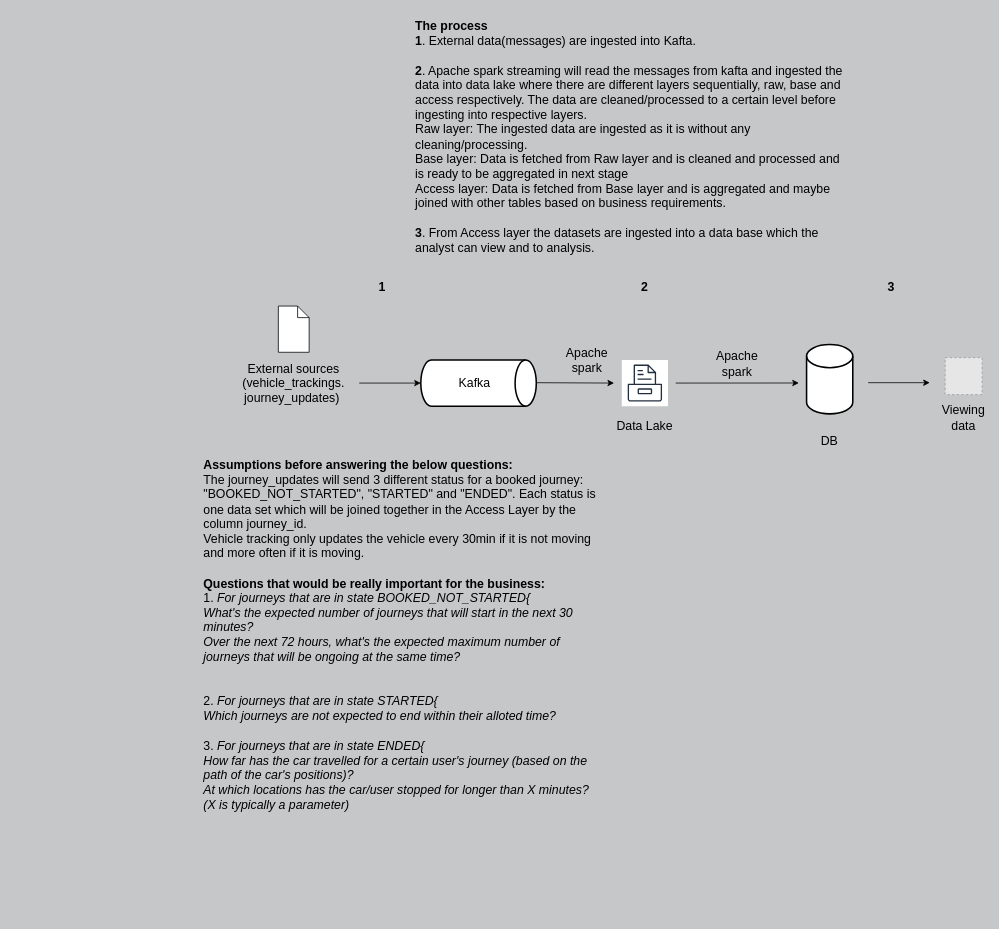
Above: Untitled Diagram.drawio in alexiska/v_ (draw.io), before the change. Source tidied: cells renumbered, new cells numbered last; positions are measured from the earlier drawing's top-left corner, leaving out a move shared by most shapes. Both pictures are drawn from the tidied source at 77%, with x=0, y=0 at pixel (202, 13). Pictures stored in the file or linked from it are replaced by grey dashed boxes.
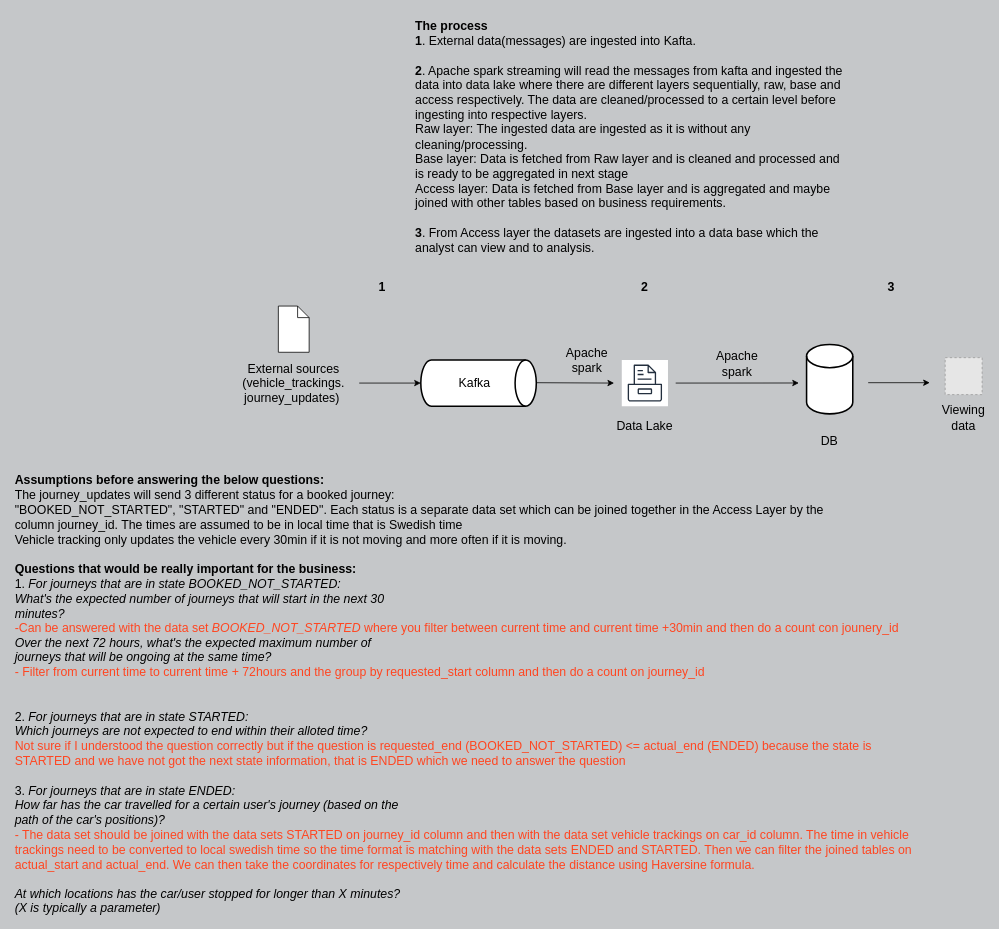
The same page after the edit.

Change to the diagram source:
```diff
@@
-    <mxCell id="22" value="&lt;b&gt;Assumptions before answering the below questions:&lt;/b&gt;&lt;br&gt;The journey_updates will send 3 different status for a booked journey:&amp;nbsp;&lt;br&gt;&quot;BOOKED_NOT_STARTED&quot;,&amp;nbsp;&quot;STARTED&quot; and&amp;nbsp;&quot;ENDED&quot;. Each status is one data set which will be joined together in the Access Layer by the column&amp;nbsp;journey_id.&lt;br&gt;Vehicle tracking only updates the vehicle every 30min if it is not moving and more often if it is moving.&amp;nbsp;&lt;br&gt;&lt;b&gt;&amp;nbsp;&lt;/b&gt;&lt;br&gt;&lt;b&gt;Questions that would be really important for the business:&lt;/b&gt;&lt;br&gt;1. &lt;i&gt;For journeys that are in state BOOKED_NOT_STARTED{&lt;br&gt;What's the expected number of journeys that will start in the next 30&lt;br&gt;minutes?&lt;br&gt;Over the next 72 hours, what's the expected maximum number of&lt;br&gt;journeys that will be ongoing at the same time?&lt;br&gt;&lt;/i&gt;&lt;br&gt;&lt;br&gt;2. &lt;i&gt;For journeys that are in state STARTED{&lt;br&gt;Which journeys are not expected to end within their alloted time?&lt;/i&gt;&lt;br&gt;&lt;br&gt;3.&lt;i&gt; For journeys that are in state ENDED{&lt;br&gt;How far has the car travelled for a certain user's journey (based on the&lt;br&gt;path of the car's positions)?&lt;br&gt;At which locations has the car/user stopped for longer than X minutes?&lt;br&gt;(X is typically a parameter)&lt;/i&gt;" style="text;whiteSpace=wrap;html=1;fontSize=16;fontColor=none;" parent="1" vertex="1">
-      <mxGeometry y="570" width="530" height="270" as="geometry" />
+    <mxCell id="22" value="&lt;b&gt;Assumptions before answering the below questions:&lt;/b&gt;&lt;br&gt;The journey_updates will send 3 different status for a booked journey:&amp;nbsp;&lt;br&gt;&quot;BOOKED_NOT_STARTED&quot;,&amp;nbsp;&quot;STARTED&quot; and&amp;nbsp;&quot;ENDED&quot;. Each status is a separate data set which can be joined together in the Access Layer by the column&amp;nbsp;journey_id. The times are assumed to be in local time that is Swedish time&lt;br&gt;Vehicle tracking only updates the vehicle every 30min if it is not moving and more often if it is moving.&amp;nbsp;&lt;br&gt;&lt;b&gt;&amp;nbsp;&lt;/b&gt;&lt;br&gt;&lt;b&gt;Questions that would be really important for the business:&lt;/b&gt;&lt;br&gt;1. &lt;i&gt;For journeys that are in state BOOKED_NOT_STARTED:&lt;/i&gt;&lt;br&gt;&lt;i&gt;What's the expected number of journeys that will start in the next 30&lt;/i&gt;&lt;br&gt;&lt;i&gt;minutes?&lt;/i&gt;&lt;br&gt;&lt;span style=&quot;&quot;&gt; &lt;/span&gt;&lt;font color=&quot;#ff4621&quot;&gt;-Can be answered with the data set&amp;nbsp;&lt;i style=&quot;border-color: var(--border-color);&quot;&gt;BOOKED_NOT_STARTED &lt;/i&gt;&lt;span style=&quot;border-color: var(--border-color);&quot;&gt;where you filter between current time and current time +30min and then do a count con jounery_id&lt;/span&gt;&lt;/font&gt;&lt;br&gt;&lt;i&gt;Over the next 72 hours, what's the expected maximum number of&lt;/i&gt;&lt;br&gt;&lt;i&gt;journeys that will be ongoing at the same time?&lt;br&gt;&lt;/i&gt;&lt;font color=&quot;#ff4621&quot;&gt;- Filter from current time to current time + 72hours and the group by requested_start column and then do a count on journey_id&lt;/font&gt;&lt;br&gt;&lt;br&gt;&lt;br&gt;2. &lt;i&gt;For journeys that are in state STARTED:&lt;br&gt;Which journeys are not expected to end within their alloted time?&lt;br&gt;&lt;/i&gt;&lt;font color=&quot;#ff4621&quot;&gt;Not sure if I understood the question correctly but if the question is requested_end (BOOKED_NOT_STARTED) &amp;lt;= actual_end (ENDED) because the state is STARTED and we have not got the next state information, that is ENDED which we need to answer the question&lt;/font&gt;&lt;br&gt;&lt;br&gt;3.&lt;i&gt; For journeys that are in state ENDED:&lt;/i&gt;&lt;br&gt;&lt;i&gt;How far has the car travelled for a certain user's journey (based on the&lt;/i&gt;&lt;br&gt;&lt;i&gt;path of the car's positions)?&lt;/i&gt;&lt;br&gt;&lt;font style=&quot;&quot; color=&quot;#ff4621&quot;&gt;- The data set should be joined with the data sets STARTED on journey_id column and then with the data set vehicle trackings on car_id column. The time in vehicle trackings need to be converted to local swedish time so the time format is matching with the data sets ENDED and STARTED. Then we can filter the joined tables on actual_start and actual_end. We can then take the coordinates for respectively time and calculate the distance using Haversine formula.&lt;br&gt;&amp;nbsp;&lt;/font&gt;&lt;br&gt;&lt;i&gt;At which locations has the car/user stopped for longer than X minutes?&lt;/i&gt;&lt;br&gt;&lt;i&gt;(X is typically a parameter)&lt;/i&gt;" style="text;whiteSpace=wrap;html=1;fontSize=16;fontColor=none;" parent="1" vertex="1">
+      <mxGeometry x="-245" y="590" width="1170" height="270" as="geometry" />
     </mxCell>
```
